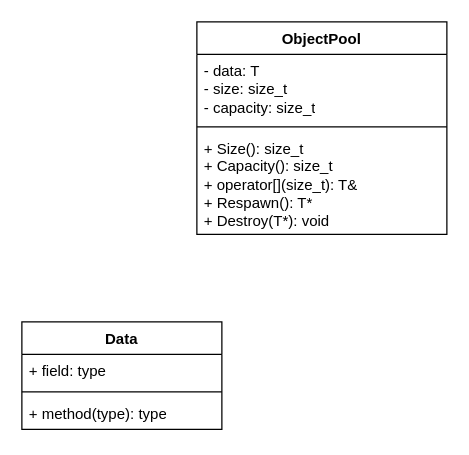
Earlier version of the draw.io diagram CDDS_Optimise/Class diagram.drawio (Thegamingninja55/AIEYear1Samples). Source tidied: cells renumbered, new cells numbered last; positions are measured from the earlier drawing's top-left corner, leaving out a move shared by most shapes. Both pictures are drawn from the tidied source at 125%, with x=0, y=0 at pixel (21, 21).
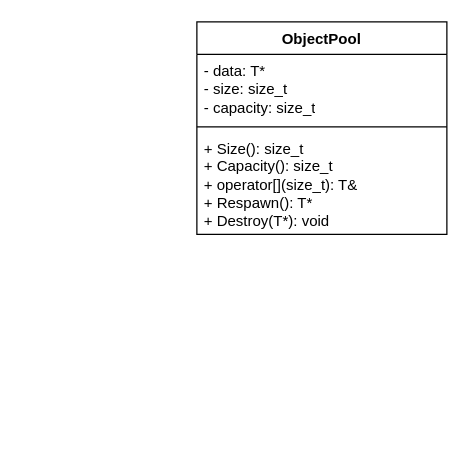
The same page after the edit.

Commit message (it also covers changes not shown here):
Created object pool class

Change to the diagram source:
```diff
@@
 <mxGraphModel>
   <root>
     <mxCell id="0" />
     <mxCell id="1" parent="0" />
     <mxCell id="2" value="ObjectPool" style="swimlane;fontStyle=1;align=center;verticalAlign=top;horizontal=1;startSize=26;whiteSpace=wrap;html=1;" parent="1" vertex="1">
       <mxGeometry x="140" width="200" height="170" as="geometry" />
     </mxCell>
-    <mxCell id="3" value="- data: T&lt;div&gt;- size: size_t&lt;/div&gt;&lt;div&gt;- capacity: size_t&lt;/div&gt;" style="text;strokeColor=none;fillColor=none;align=left;verticalAlign=top;spacingLeft=4;spacingRight=4;overflow=hidden;whiteSpace=wrap;html=1;" parent="2" vertex="1">
+    <mxCell id="3" value="- data: T*&lt;div&gt;- size: size_t&lt;/div&gt;&lt;div&gt;- capacity: size_t&lt;/div&gt;" style="text;strokeColor=none;fillColor=none;align=left;verticalAlign=top;spacingLeft=4;spacingRight=4;overflow=hidden;whiteSpace=wrap;html=1;" parent="2" vertex="1">
       <mxGeometry y="26" width="200" height="54" as="geometry" />
     </mxCell>
     <mxCell id="4" style="line;strokeWidth=1;fillColor=none;align=left;verticalAlign=middle;spacingTop=-1;spacingLeft=3;spacingRight=3;labelPosition=right;strokeColor=inherit;" parent="2" vertex="1">
       <mxGeometry y="80" width="200" height="8" as="geometry" />
     </mxCell>
     <mxCell id="5" value="+ Size(): size_t&lt;br&gt;+ Capacity(): size_t&lt;div&gt;+ operator[](size_t): T&amp;amp;&lt;br&gt;+ Respawn(): T*&amp;nbsp;&lt;br&gt;+ Destroy(T*): void&lt;/div&gt;" style="text;strokeColor=none;fillColor=none;align=left;verticalAlign=top;spacingLeft=4;spacingRight=4;overflow=hidden;whiteSpace=wrap;html=1;" parent="2" vertex="1">
       <mxGeometry y="88" width="200" height="82" as="geometry" />
     </mxCell>
-    <mxCell id="6" value="Data" style="swimlane;fontStyle=1;align=center;verticalAlign=top;horizontal=1;startSize=26;whiteSpace=wrap;html=1;" parent="1" vertex="1">
-      <mxGeometry y="240" width="160" height="86" as="geometry" />
-    </mxCell>
-    <mxCell id="7" value="+ field: type" style="text;strokeColor=none;fillColor=none;align=left;verticalAlign=top;spacingLeft=4;spacingRight=4;overflow=hidden;whiteSpace=wrap;html=1;" parent="6" vertex="1">
-      <mxGeometry y="26" width="160" height="26" as="geometry" />
-    </mxCell>
-    <mxCell id="8" style="line;strokeWidth=1;fillColor=none;align=left;verticalAlign=middle;spacingTop=-1;spacingLeft=3;spacingRight=3;labelPosition=right;strokeColor=inherit;" parent="6" vertex="1">
-      <mxGeometry y="52" width="160" height="8" as="geometry" />
-    </mxCell>
-    <mxCell id="9" value="+ method(type): type" style="text;strokeColor=none;fillColor=none;align=left;verticalAlign=top;spacingLeft=4;spacingRight=4;overflow=hidden;whiteSpace=wrap;html=1;" parent="6" vertex="1">
-      <mxGeometry y="60" width="160" height="26" as="geometry" />
-    </mxCell>
   </root>
 </mxGraphModel>
```
